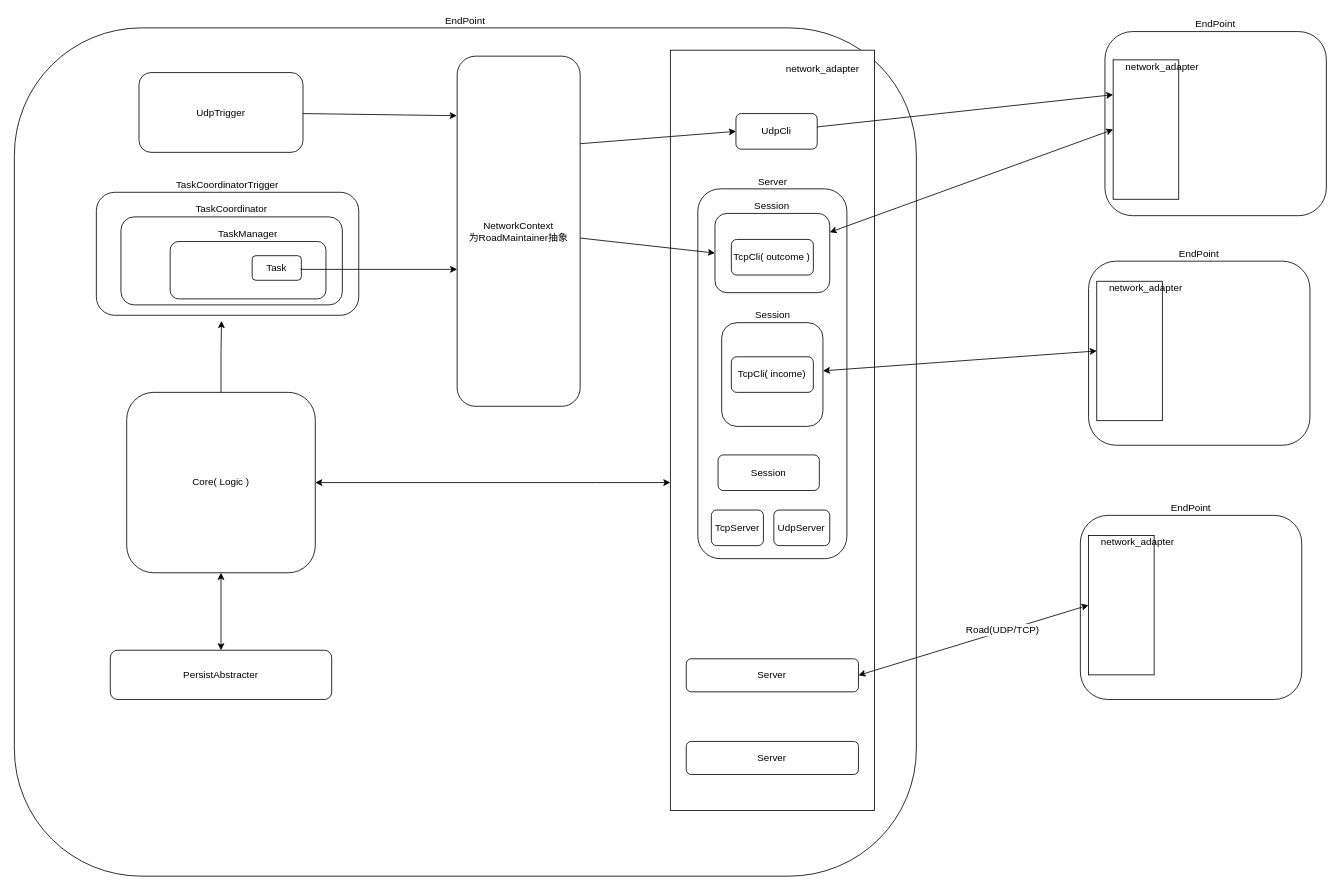
Before: doc/architect.drawio in hellolutar/lan_sync_draft, a draw.io diagram. Source tidied: cells renumbered, new cells numbered last; positions are measured from the earlier drawing's top-left corner, leaving out a move shared by most shapes. Both pictures are drawn from the tidied source at 82%, with x=0, y=0 at pixel (14, 27).
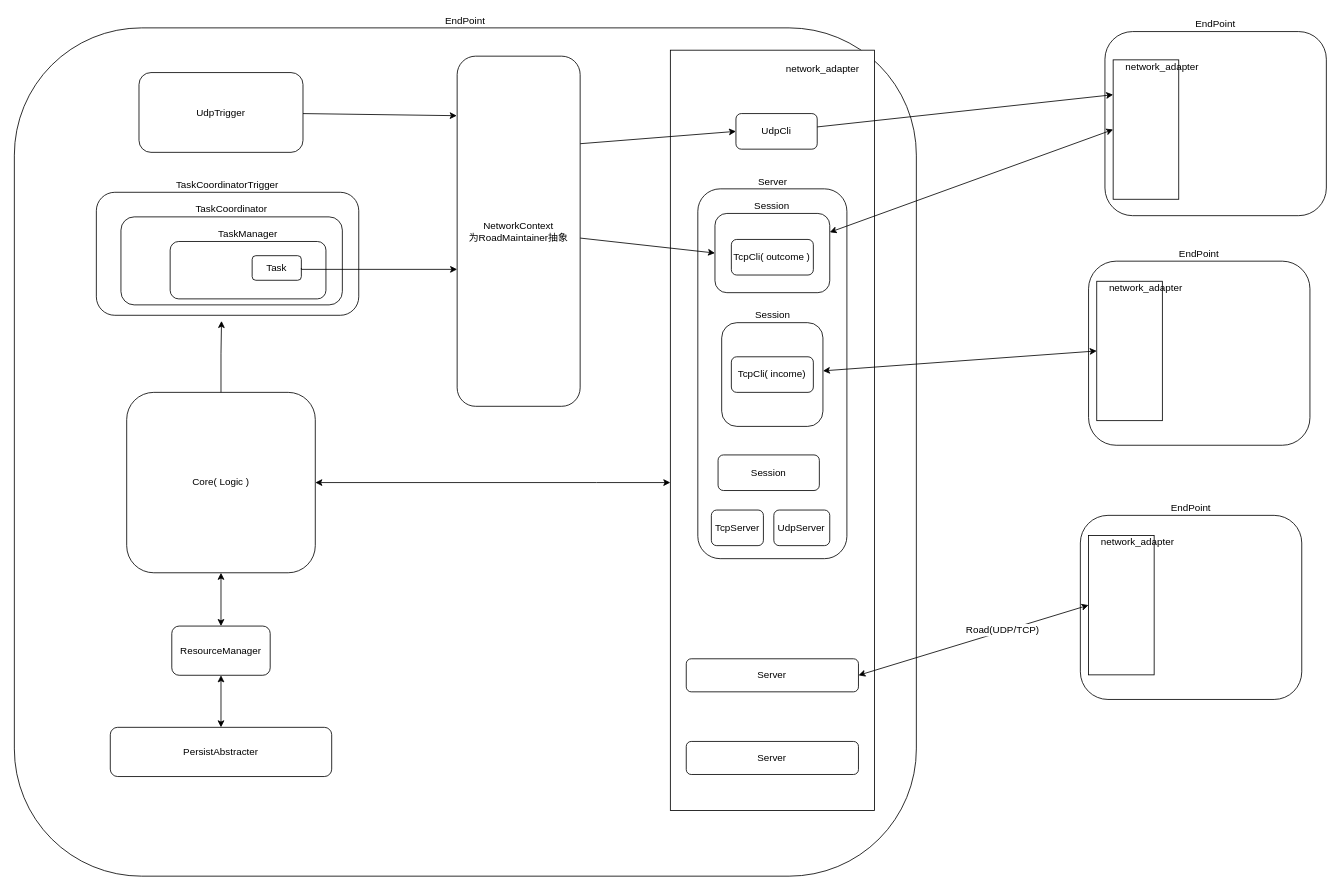
The same page after the edit.

The change refers to these unchanged cells:
```xml
<mxCell id="32" value="Core( Logic )" style="rounded=1;whiteSpace=wrap;html=1;" parent="1" vertex="1">
  <mxGeometry x="137" y="445" width="230" height="220" as="geometry" />
</mxCell>
```

The edit, as a diff of the source:
```diff
@@
-    <mxCell id="30" style="edgeStyle=none;html=1;entryX=0.5;entryY=0;entryDx=0;entryDy=0;startArrow=classic;startFill=1;" parent="1" edge="1" source="32" target="33">
-      <mxGeometry relative="1" as="geometry" />
-    </mxCell>
@@
+    <mxCell id="54" style="edgeStyle=none;html=1;startArrow=classic;startFill=1;" parent="1" edge="1" source="32" target="56">
+      <mxGeometry relative="1" as="geometry" />
+    </mxCell>
@@
     <mxCell id="33" value="PersistAbstracter" style="rounded=1;whiteSpace=wrap;html=1;" parent="1" vertex="1">
-      <mxGeometry x="117" y="759.5" width="270" height="60" as="geometry" />
+      <mxGeometry x="117" y="853.5" width="270" height="60" as="geometry" />
     </mxCell>
@@
+    <mxCell id="55" style="edgeStyle=none;html=1;startArrow=classic;startFill=1;" parent="1" edge="1" source="56" target="33">
+      <mxGeometry relative="1" as="geometry" />
+    </mxCell>
+    <mxCell id="56" value="ResourceManager" style="rounded=1;whiteSpace=wrap;html=1;" parent="1" vertex="1">
+      <mxGeometry x="192" y="730" width="120" height="60" as="geometry" />
+    </mxCell>
```
